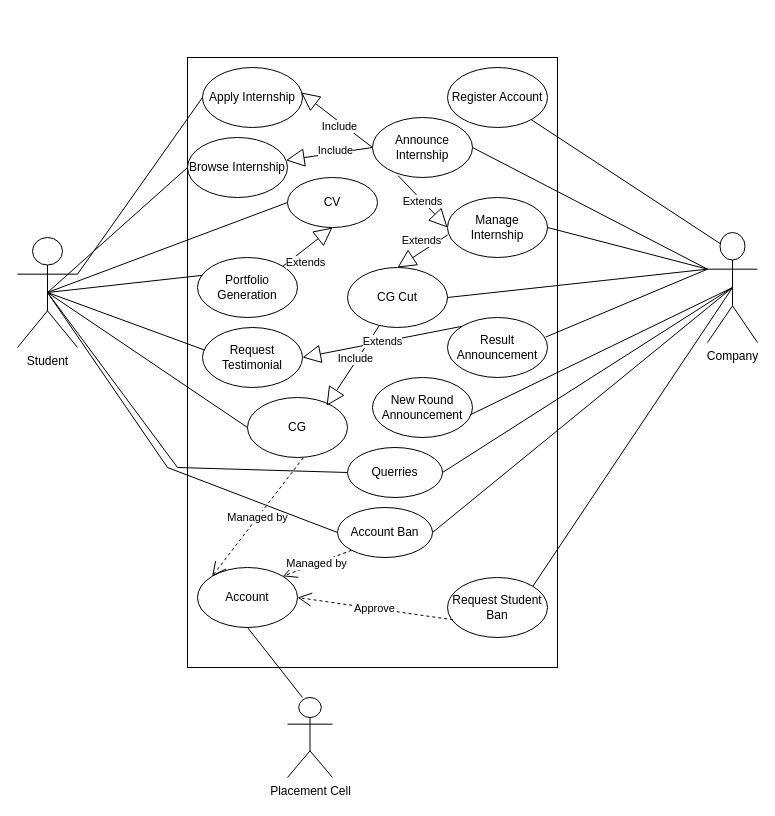
Above: UseCaseDiagram/Get_Placed-UCD.drawio in mayank-0407/GetPlaced (draw.io), before the change. Source tidied: cells renumbered, new cells numbered last; positions are measured from the earlier drawing's top-left corner, leaving out a move shared by most shapes. Both pictures are drawn from the tidied source at 100%, with x=0, y=0 at pixel (17, 57).
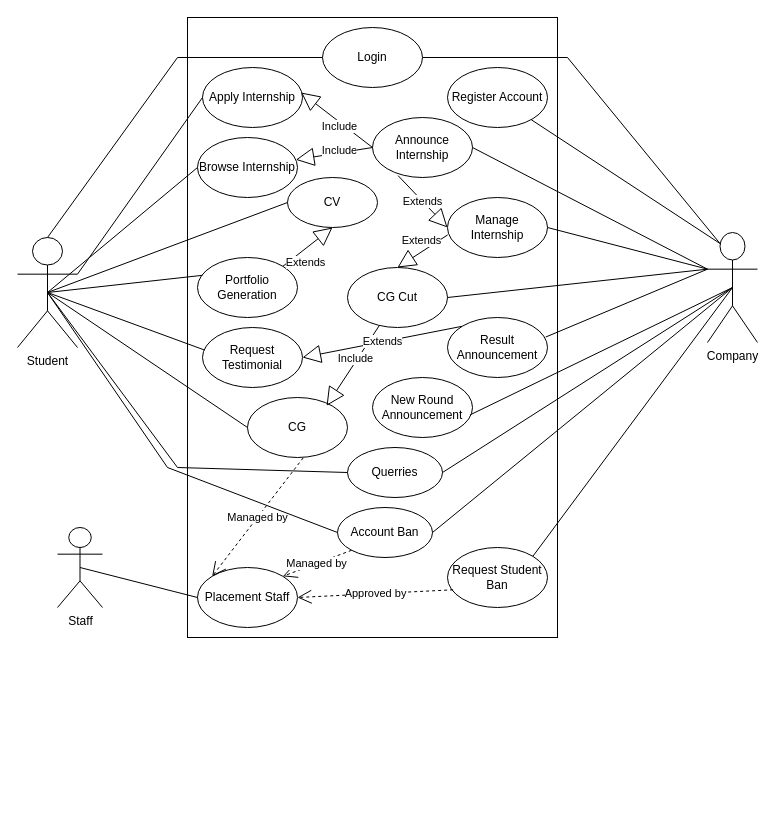
The same page after the edit.

Commit message (it also covers changes not shown here):
Updated Use Case Diagram

Unchanged cells that the change refers to:
```xml
<mxCell id="8" value="Student" style="shape=umlActor;verticalLabelPosition=bottom;verticalAlign=top;html=1;outlineConnect=0;" parent="1" vertex="1">
  <mxGeometry y="180" width="60" height="110" as="geometry" />
</mxCell>
<mxCell id="21" value="Company" style="shape=umlActor;verticalLabelPosition=bottom;verticalAlign=top;html=1;outlineConnect=0;" parent="1" vertex="1">
  <mxGeometry x="690" y="175" width="50" height="110" as="geometry" />
</mxCell>
```

What changed in the source:
```diff
@@
     <mxCell id="2" style="rounded=0;whiteSpace=wrap;html=1;" parent="1" vertex="1">
-      <mxGeometry x="170" width="370" height="610" as="geometry" />
+      <mxGeometry x="170" y="-40" width="370" height="620" as="geometry" />
     </mxCell>
@@
     <mxCell id="7" value="Browse Internship" style="ellipse;whiteSpace=wrap;html=1;" parent="1" vertex="1">
-      <mxGeometry x="170" y="80" width="100" height="60" as="geometry" />
+      <mxGeometry x="180" y="80" width="100" height="60" as="geometry" />
     </mxCell>
@@
     <mxCell id="20" value="Request Student Ban" style="ellipse;whiteSpace=wrap;html=1;" parent="1" vertex="1">
-      <mxGeometry x="430" y="520" width="100" height="60" as="geometry" />
+      <mxGeometry x="430" y="490" width="100" height="60" as="geometry" />
     </mxCell>
@@
-    <mxCell id="35" value="Placement Cell" style="shape=umlActor;verticalLabelPosition=bottom;verticalAlign=top;html=1;" parent="1" vertex="1">
-      <mxGeometry x="270" y="640" width="45" height="80" as="geometry" />
+    <mxCell id="35" value="Staff" style="shape=umlActor;verticalLabelPosition=bottom;verticalAlign=top;html=1;" parent="1" vertex="1">
+      <mxGeometry x="40" y="470" width="45" height="80" as="geometry" />
     </mxCell>
@@
-    <mxCell id="38" value="Account" style="ellipse;whiteSpace=wrap;html=1;" parent="1" vertex="1">
+    <mxCell id="38" value="Placement Staff" style="ellipse;whiteSpace=wrap;html=1;" parent="1" vertex="1">
       <mxGeometry x="180" y="510" width="100" height="60" as="geometry" />
     </mxCell>
-    <mxCell id="39" style="endArrow=none;html=1;rounded=0;entryX=0.333;entryY=0;entryDx=0;entryDy=0;entryPerimeter=0;exitX=0.5;exitY=1;exitDx=0;exitDy=0;" parent="1" edge="1" source="38" target="35">
+    <mxCell id="39" style="endArrow=none;html=1;rounded=0;entryX=0.5;entryY=0.5;entryDx=0;entryDy=0;entryPerimeter=0;exitX=0;exitY=0.5;exitDx=0;exitDy=0;" parent="1" edge="1" source="38" target="35">
       <mxGeometry relative="1" as="geometry" />
     </mxCell>
@@
-    <mxCell id="41" value="Approve" style="endArrow=open;endSize=12;dashed=1;html=1;rounded=0;entryX=1;entryY=0.5;entryDx=0;entryDy=0;exitX=0.056;exitY=0.705;exitDx=0;exitDy=0;exitPerimeter=0;" parent="1" edge="1" source="20" target="38">
+    <mxCell id="41" value="Approved by" style="endArrow=open;endSize=12;dashed=1;html=1;rounded=0;entryX=1;entryY=0.5;entryDx=0;entryDy=0;exitX=0.056;exitY=0.705;exitDx=0;exitDy=0;exitPerimeter=0;" parent="1" edge="1" source="20" target="38">
       <mxGeometry relative="1" as="geometry" />
     </mxCell>
@@
+    <mxCell id="50" value="Login" style="ellipse;whiteSpace=wrap;html=1;" parent="1" vertex="1">
+      <mxGeometry x="305" y="-30" width="100" height="60" as="geometry" />
+    </mxCell>
+    <mxCell id="51" style="endArrow=none;html=1;rounded=0;exitX=0.5;exitY=0;exitDx=0;exitDy=0;exitPerimeter=0;entryX=0;entryY=0.5;entryDx=0;entryDy=0;" parent="1" edge="1" source="8" target="50">
+      <mxGeometry relative="1" as="geometry">
+        <Array as="points">
+          <mxPoint x="160" />
+        </Array>
+      </mxGeometry>
+    </mxCell>
+    <mxCell id="52" style="endArrow=none;html=1;rounded=0;entryX=0.25;entryY=0.1;entryDx=0;entryDy=0;entryPerimeter=0;exitX=1;exitY=0.5;exitDx=0;exitDy=0;" parent="1" edge="1" source="50" target="21">
+      <mxGeometry relative="1" as="geometry">
+        <Array as="points">
+          <mxPoint x="550" />
+        </Array>
+      </mxGeometry>
+    </mxCell>
```
